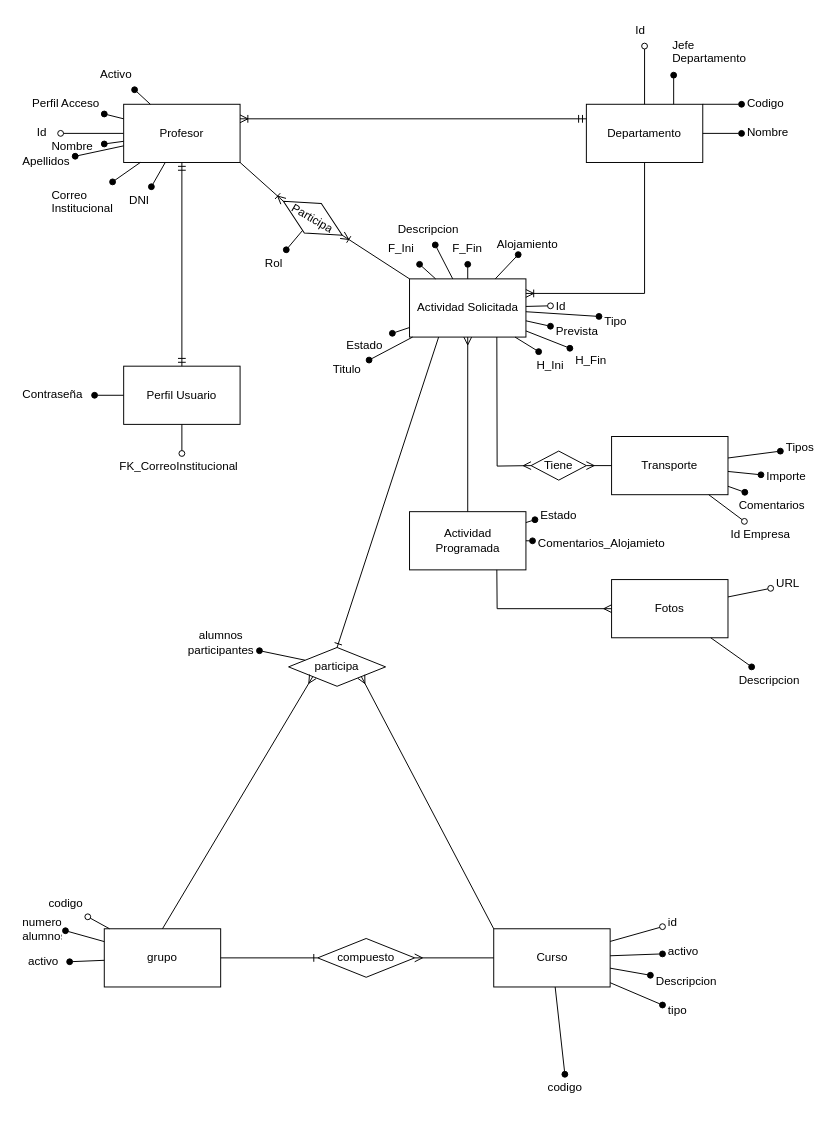
The draw.io diagram Entidad Relacion Proyecto.drawio in AlbertoGfeZ/GRUPO-4-RETO, before the edit. Source tidied: cells renumbered, new cells numbered last; positions are measured from the earlier drawing's top-left corner, leaving out a move shared by most shapes. Both pictures are drawn from the tidied source at 97%, with x=0, y=0 at pixel (16, 16).
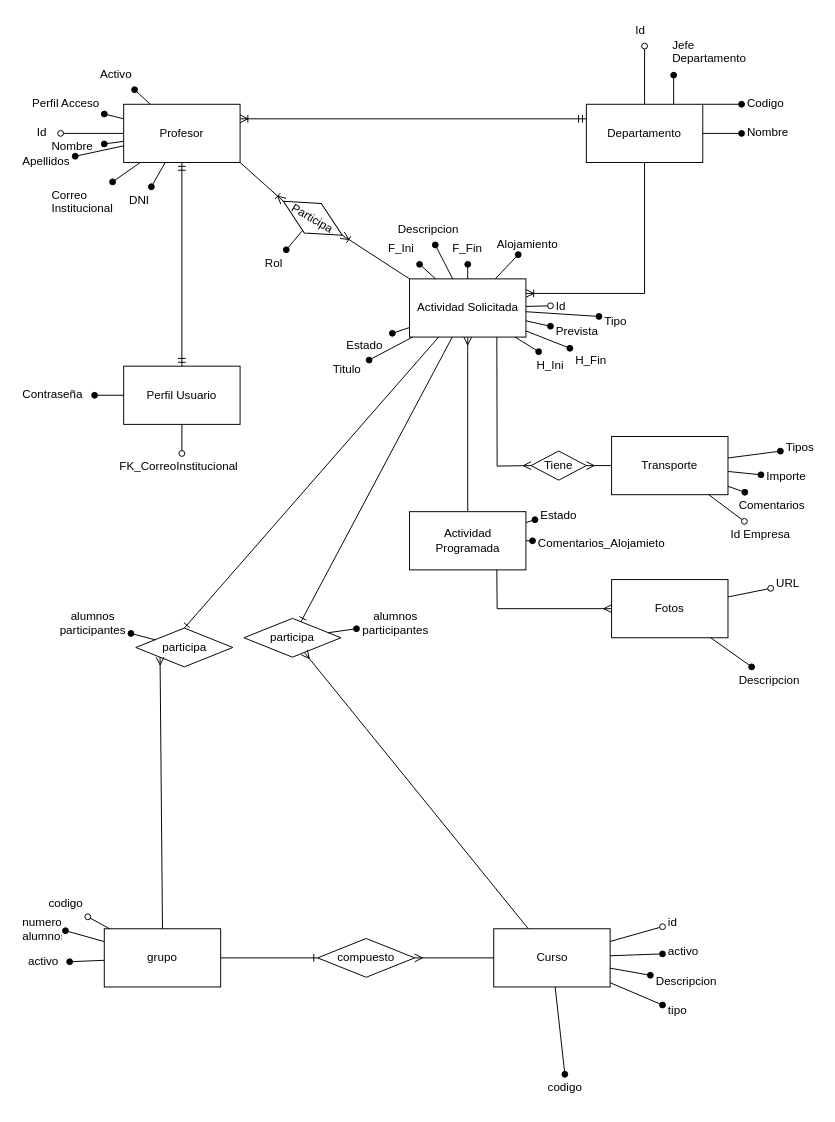
The same diagram, later.

The change refers to these unchanged cells:
```xml
<mxCell id="33" value="Actividad Solicitada" style="whiteSpace=wrap;html=1;" parent="1" vertex="1">
  <mxGeometry x="404.7" y="270" width="120" height="60" as="geometry" />
</mxCell>
<mxCell id="84" value="Curso" style="whiteSpace=wrap;html=1;" parent="1" vertex="1">
  <mxGeometry x="491.5" y="940" width="120" height="60" as="geometry" />
</mxCell>
```

The edit, as a diff of the source:
```diff
@@
     <mxCell id="105" value="participa" style="shape=rhombus;perimeter=rhombusPerimeter;whiteSpace=wrap;html=1;align=center;" parent="1" vertex="1">
-      <mxGeometry x="280" y="650" width="100" height="40" as="geometry" />
+      <mxGeometry x="122.5" y="630" width="100" height="40" as="geometry" />
     </mxCell>
-    <mxCell id="106" style="fontSize=12;html=1;endArrow=ERmany;rounded=0;entryX=1;entryY=1;entryDx=0;entryDy=0;exitX=0;exitY=0;exitDx=0;exitDy=0;" parent="1" edge="1" source="84" target="105">
-      <mxGeometry relative="1" as="geometry" />
-    </mxCell>
@@
     <mxCell id="110" value="alumnos&lt;br&gt;participantes" style="text;html=1;align=center;verticalAlign=middle;points=[];strokeColor=none;fillColor=none;" parent="1" vertex="1">
-      <mxGeometry x="170" y="630" width="80" height="30" as="geometry" />
+      <mxGeometry x="37.5" y="610" width="80" height="30" as="geometry" />
     </mxCell>
@@
+    <mxCell id="113" value="participa" style="shape=rhombus;perimeter=rhombusPerimeter;whiteSpace=wrap;html=1;align=center;" parent="1" vertex="1">
+      <mxGeometry x="234" y="620" width="100" height="40" as="geometry" />
+    </mxCell>
+    <mxCell id="114" style="fontSize=12;html=1;endArrow=ERmany;rounded=0;" parent="1" edge="1" source="84" target="113">
+      <mxGeometry relative="1" as="geometry" />
+    </mxCell>
+    <mxCell id="115" style="edgeStyle=none;rounded=0;jettySize=auto;html=1;endArrow=oval;endFill=1;" parent="1" edge="1" source="113" target="116">
+      <mxGeometry relative="1" as="geometry" />
+    </mxCell>
+    <mxCell id="116" value="alumnos&lt;br&gt;participantes" style="text;html=1;align=center;verticalAlign=middle;points=[];strokeColor=none;fillColor=none;" parent="1" vertex="1">
+      <mxGeometry x="350" y="610" width="80" height="30" as="geometry" />
+    </mxCell>
+    <mxCell id="117" style="fontSize=12;html=1;endArrow=ERone;endFill=1;rounded=0;" parent="1" edge="1" source="33" target="113">
+      <mxGeometry relative="1" as="geometry" />
+    </mxCell>
```
